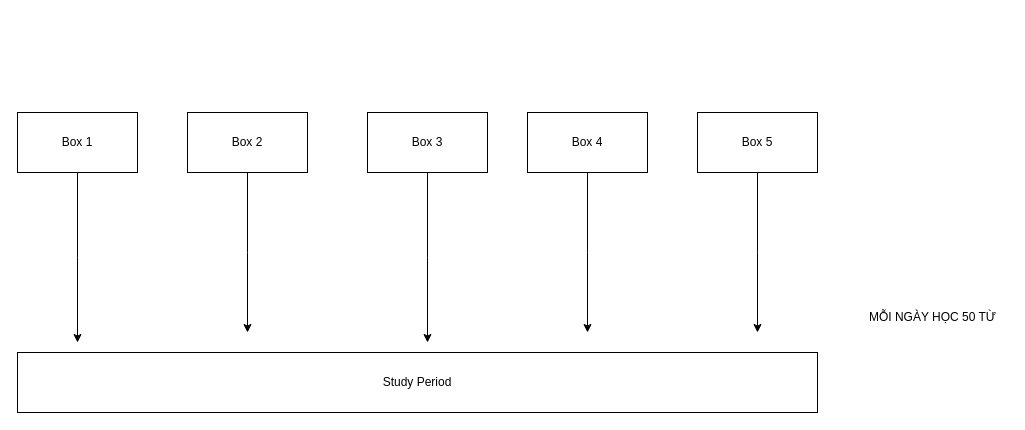
Before: page "Spaced Repition" (3 of 4) of Untitled Diagram.drawio in sqhqk58/hello-world, a draw.io diagram. Source tidied: cells renumbered, new cells numbered last; positions are measured from the earlier drawing's top-left corner, leaving out a move shared by most shapes. Both pictures are drawn from the tidied source at 100%, with x=0, y=0 at pixel (17, 112).
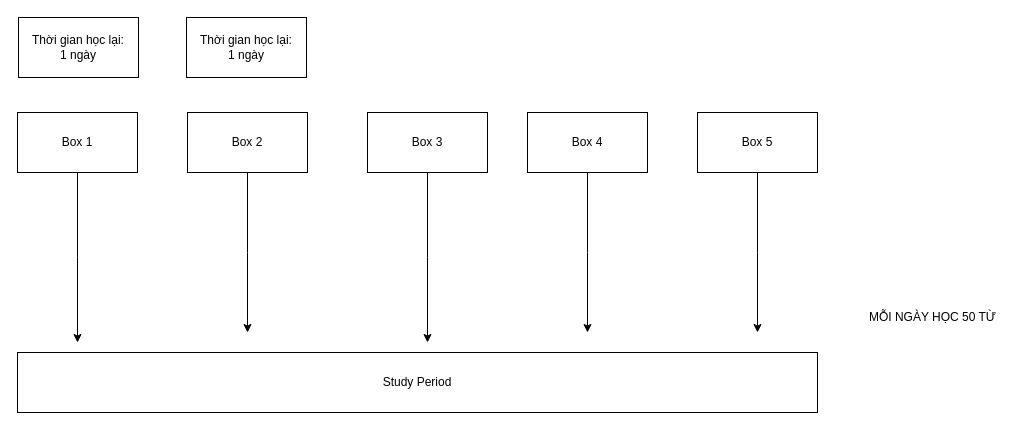
The same page after the edit.

What changed in the source:
```diff
@@
 <mxGraphModel>
   <root>
     <mxCell id="0" />
     <mxCell id="1" parent="0" />
     <mxCell id="2" style="edgeStyle=orthogonalEdgeStyle;rounded=0;jettySize=auto;html=1;" parent="1" edge="1" source="3">
       <mxGeometry relative="1" as="geometry">
         <mxPoint x="60" y="230" as="targetPoint" />
       </mxGeometry>
     </mxCell>
     <mxCell id="3" value="Box 1" style="whiteSpace=wrap;html=1;" parent="1" vertex="1">
       <mxGeometry width="120" height="60" as="geometry" />
     </mxCell>
     <mxCell id="4" style="edgeStyle=orthogonalEdgeStyle;rounded=0;jettySize=auto;html=1;" parent="1" edge="1" source="5">
       <mxGeometry relative="1" as="geometry">
         <mxPoint x="230" y="220" as="targetPoint" />
       </mxGeometry>
     </mxCell>
     <mxCell id="5" value="Box 2" style="whiteSpace=wrap;html=1;" parent="1" vertex="1">
       <mxGeometry x="170" width="120" height="60" as="geometry" />
     </mxCell>
     <mxCell id="6" style="edgeStyle=orthogonalEdgeStyle;rounded=0;jettySize=auto;html=1;" parent="1" edge="1" source="7">
       <mxGeometry relative="1" as="geometry">
         <mxPoint x="410" y="230" as="targetPoint" />
       </mxGeometry>
     </mxCell>
     <mxCell id="7" value="Box 3" style="whiteSpace=wrap;html=1;" parent="1" vertex="1">
       <mxGeometry x="350" width="120" height="60" as="geometry" />
     </mxCell>
     <mxCell id="8" style="edgeStyle=orthogonalEdgeStyle;rounded=0;jettySize=auto;html=1;" parent="1" edge="1" source="9">
       <mxGeometry relative="1" as="geometry">
         <mxPoint x="570" y="220" as="targetPoint" />
       </mxGeometry>
     </mxCell>
     <mxCell id="9" value="Box 4" style="whiteSpace=wrap;html=1;" parent="1" vertex="1">
       <mxGeometry x="510" width="120" height="60" as="geometry" />
     </mxCell>
     <mxCell id="10" style="edgeStyle=orthogonalEdgeStyle;rounded=0;jettySize=auto;html=1;" parent="1" edge="1" source="11">
       <mxGeometry relative="1" as="geometry">
         <mxPoint x="740" y="220" as="targetPoint" />
       </mxGeometry>
     </mxCell>
     <mxCell id="11" value="Box 5" style="whiteSpace=wrap;html=1;" parent="1" vertex="1">
       <mxGeometry x="680" width="120" height="60" as="geometry" />
     </mxCell>
     <mxCell id="12" value="MỖI NGÀY HỌC 50 TỪ" style="text;html=1;align=center;verticalAlign=middle;strokeColor=none;fillColor=none;" parent="1" vertex="1">
       <mxGeometry x="840" y="190" width="150" height="30" as="geometry" />
     </mxCell>
     <mxCell id="13" value="Study Period" style="whiteSpace=wrap;html=1;" parent="1" vertex="1">
       <mxGeometry y="240" width="800" height="60" as="geometry" />
     </mxCell>
+    <mxCell id="14" value="Thời gian học lại: &lt;br&gt;1 ngày" style="whiteSpace=wrap;html=1;" parent="1" vertex="1">
+      <mxGeometry x="1" y="-95" width="120" height="60" as="geometry" />
+    </mxCell>
+    <mxCell id="15" value="Thời gian học lại: &lt;br&gt;1 ngày" style="whiteSpace=wrap;html=1;" parent="1" vertex="1">
+      <mxGeometry x="169" y="-95" width="120" height="60" as="geometry" />
+    </mxCell>
   </root>
 </mxGraphModel>
```
